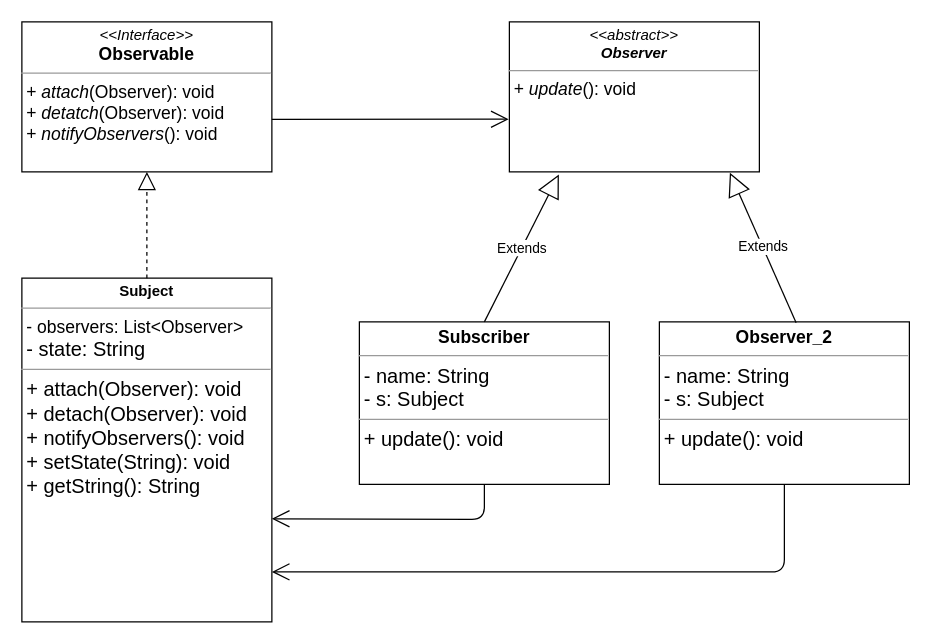
The draw.io diagram page "observer_interface" (1 of 2) of com/cc/java/observer/_observer.drawio in 05-FUEM-I-ComCaveMS/02_Design_Patterns, before the edit. Source tidied: cells renumbered, new cells numbered last; positions are measured from the earlier drawing's top-left corner, leaving out a move shared by most shapes. Both pictures are drawn from the tidied source at 125%, with x=0, y=0 at pixel (21, 21).
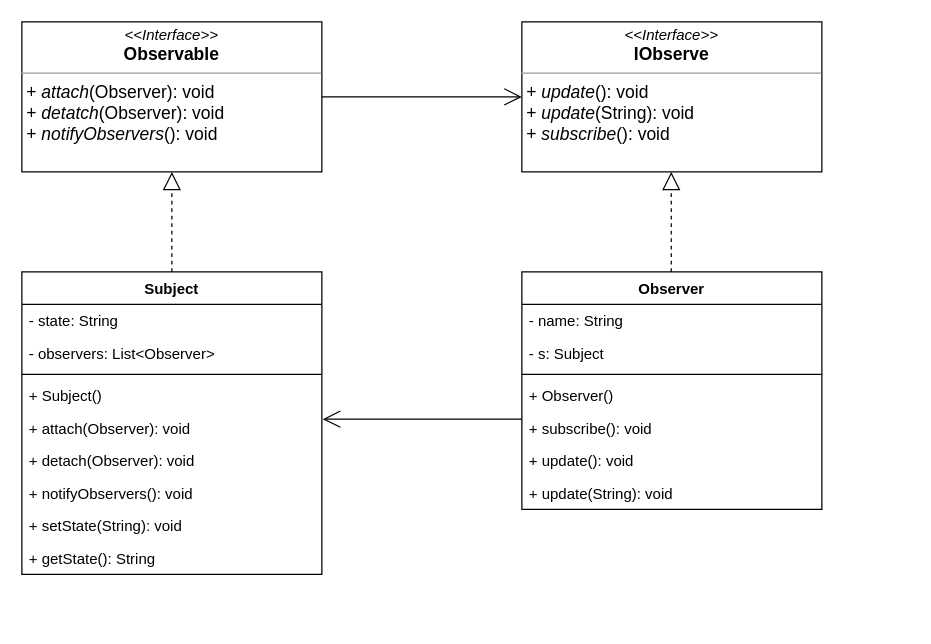
Above is the later version.

The edit, as a diff of the source:
```diff
@@
-    <mxCell id="2" value="&lt;p style=&quot;margin: 0px ; margin-top: 4px ; text-align: center&quot;&gt;&lt;span style=&quot;font-size: 14px;&quot;&gt;&lt;b&gt;Subscriber&lt;/b&gt;&lt;/span&gt;&lt;br&gt;&lt;/p&gt;&lt;hr size=&quot;1&quot;&gt;&lt;p style=&quot;margin: 0px ; margin-left: 4px&quot;&gt;&lt;font size=&quot;3&quot;&gt;- name: String&lt;/font&gt;&lt;/p&gt;&lt;p style=&quot;margin: 0px ; margin-left: 4px&quot;&gt;&lt;font size=&quot;3&quot;&gt;- s: Subject&lt;/font&gt;&lt;/p&gt;&lt;hr size=&quot;1&quot;&gt;&lt;p style=&quot;margin: 0px ; margin-left: 4px&quot;&gt;&lt;font size=&quot;3&quot;&gt;+&amp;nbsp;&lt;/font&gt;&lt;span style=&quot;font-size: medium&quot;&gt;update&lt;/span&gt;&lt;font size=&quot;3&quot;&gt;(): void&lt;/font&gt;&lt;/p&gt;&lt;p style=&quot;margin: 0px ; margin-left: 4px&quot;&gt;&lt;br&gt;&lt;/p&gt;&lt;p style=&quot;margin: 0px ; margin-left: 4px&quot;&gt;&lt;font size=&quot;3&quot;&gt;&lt;br&gt;&lt;/font&gt;&lt;/p&gt;&lt;p style=&quot;margin: 0px ; margin-left: 4px&quot;&gt;&lt;font size=&quot;3&quot;&gt;&lt;br&gt;&lt;/font&gt;&lt;/p&gt;&lt;p style=&quot;margin: 0px ; margin-left: 4px&quot;&gt;&lt;br&gt;&lt;/p&gt;&lt;p style=&quot;margin: 0px ; margin-left: 4px&quot;&gt;&lt;br&gt;&lt;/p&gt;&lt;p style=&quot;margin: 0px ; margin-left: 4px&quot;&gt;&lt;br&gt;&lt;/p&gt;" style="verticalAlign=top;align=left;overflow=fill;fontSize=12;fontFamily=Helvetica;html=1;" parent="1" vertex="1">
-      <mxGeometry x="270" y="240" width="200" height="130" as="geometry" />
-    </mxCell>
-    <mxCell id="3" style="edgeStyle=orthogonalEdgeStyle;rounded=0;orthogonalLoop=1;jettySize=auto;html=1;exitX=0.5;exitY=1;exitDx=0;exitDy=0;" parent="1" edge="1" source="2" target="2">
-      <mxGeometry relative="1" as="geometry" />
+    <mxCell id="3" style="edgeStyle=orthogonalEdgeStyle;rounded=0;orthogonalLoop=1;jettySize=auto;html=1;exitX=0.5;exitY=1;exitDx=0;exitDy=0;" parent="1" edge="1">
+      <mxGeometry relative="1" as="geometry">
+        <mxPoint x="580" y="295" as="sourcePoint" />
+        <mxPoint x="580" y="295" as="targetPoint" />
+      </mxGeometry>
     </mxCell>
-    <mxCell id="4" value="&lt;p style=&quot;margin: 0px ; margin-top: 4px ; text-align: center&quot;&gt;&lt;b&gt;&lt;font style=&quot;font-size: 12px&quot;&gt;Subject&lt;/font&gt;&lt;/b&gt;&lt;/p&gt;&lt;hr size=&quot;1&quot;&gt;&lt;p style=&quot;margin: 0px ; margin-left: 4px&quot;&gt;&lt;font style=&quot;font-size: 14px&quot;&gt;- observers: List&amp;lt;Observer&amp;gt;&lt;/font&gt;&lt;/p&gt;&lt;p style=&quot;margin: 0px ; margin-left: 4px&quot;&gt;&lt;font size=&quot;3&quot;&gt;- state: String&lt;/font&gt;&lt;/p&gt;&lt;hr size=&quot;1&quot;&gt;&lt;p style=&quot;margin: 0px ; margin-left: 4px&quot;&gt;&lt;font size=&quot;3&quot;&gt;+&amp;nbsp;attach(Observer): void&lt;/font&gt;&lt;/p&gt;&lt;p style=&quot;margin: 0px ; margin-left: 4px&quot;&gt;&lt;font size=&quot;3&quot;&gt;+ detach&lt;/font&gt;&lt;font size=&quot;3&quot;&gt;(Observer): void&lt;br&gt;+ notifyObservers(): void&lt;/font&gt;&lt;/p&gt;&lt;p style=&quot;margin: 0px ; margin-left: 4px&quot;&gt;&lt;font size=&quot;3&quot;&gt;+ setState(String): void&lt;/font&gt;&lt;/p&gt;&lt;p style=&quot;margin: 0px ; margin-left: 4px&quot;&gt;&lt;font size=&quot;3&quot;&gt;+ getString(): String&lt;/font&gt;&lt;/p&gt;&lt;br&gt;&lt;p style=&quot;margin: 0px ; margin-left: 4px&quot;&gt;&lt;font size=&quot;3&quot;&gt;&lt;br&gt;&lt;/font&gt;&lt;/p&gt;&lt;p style=&quot;margin: 0px ; margin-left: 4px&quot;&gt;&lt;font size=&quot;3&quot;&gt;&lt;br&gt;&lt;/font&gt;&lt;/p&gt;&lt;p style=&quot;margin: 0px ; margin-left: 4px&quot;&gt;&lt;br&gt;&lt;/p&gt;&lt;p style=&quot;margin: 0px ; margin-left: 4px&quot;&gt;&lt;br&gt;&lt;/p&gt;&lt;p style=&quot;margin: 0px ; margin-left: 4px&quot;&gt;&lt;br&gt;&lt;/p&gt;" style="verticalAlign=top;align=left;overflow=fill;fontSize=12;fontFamily=Helvetica;html=1;" parent="1" vertex="1">
-      <mxGeometry y="205" width="200" height="275" as="geometry" />
-    </mxCell>
     <mxCell id="5" style="edgeStyle=orthogonalEdgeStyle;rounded=0;orthogonalLoop=1;jettySize=auto;html=1;exitX=0.5;exitY=1;exitDx=0;exitDy=0;" parent="1" edge="1">
       <mxGeometry relative="1" as="geometry">
-        <mxPoint x="290" y="240" as="sourcePoint" />
-        <mxPoint x="290" y="240" as="targetPoint" />
+        <mxPoint x="300" y="200" as="sourcePoint" />
+        <mxPoint x="300" y="200" as="targetPoint" />
       </mxGeometry>
     </mxCell>
+    <mxCell id="15" style="edgeStyle=none;html=1;exitX=1;exitY=0.5;exitDx=0;exitDy=0;" parent="1" edge="1" source="6">
+      <mxGeometry relative="1" as="geometry">
+        <mxPoint x="240" y="60" as="targetPoint" />
+      </mxGeometry>
+    </mxCell>
     <mxCell id="6" value="&lt;p style=&quot;margin: 0px ; margin-top: 4px ; text-align: center&quot;&gt;&lt;i&gt;&amp;lt;&amp;lt;Interface&amp;gt;&amp;gt;&lt;/i&gt;&lt;br&gt;&lt;b&gt;&lt;font style=&quot;font-size: 14px&quot;&gt;Observable&lt;/font&gt;&lt;/b&gt;&lt;/p&gt;&lt;hr size=&quot;1&quot;&gt;&lt;p style=&quot;margin: 0px ; margin-left: 4px&quot;&gt;&lt;font style=&quot;font-size: 14px&quot;&gt;+ &lt;i&gt;attach&lt;/i&gt;(Observer): void&lt;br&gt;+ &lt;i&gt;detatch&lt;/i&gt;(Observer): void&lt;br&gt;&lt;/font&gt;&lt;/p&gt;&lt;p style=&quot;margin: 0px ; margin-left: 4px&quot;&gt;&lt;font style=&quot;font-size: 14px&quot;&gt;+ &lt;i&gt;notifyObservers&lt;/i&gt;(): void&lt;/font&gt;&lt;br&gt;&lt;/p&gt;" style="verticalAlign=top;align=left;overflow=fill;fontSize=12;fontFamily=Helvetica;html=1;" parent="1" vertex="1">
-      <mxGeometry width="200" height="120" as="geometry" />
+      <mxGeometry width="240" height="120" as="geometry" />
     </mxCell>
-    <mxCell id="7" value="&lt;p style=&quot;margin: 0px ; margin-top: 4px ; text-align: center&quot;&gt;&lt;i&gt;&amp;lt;&amp;lt;abstract&amp;gt;&amp;gt;&lt;/i&gt;&lt;br&gt;&lt;b&gt;&lt;i&gt;Observer&lt;/i&gt;&lt;/b&gt;&lt;/p&gt;&lt;hr size=&quot;1&quot;&gt;&lt;p style=&quot;margin: 0px ; margin-left: 4px&quot;&gt;&lt;span style=&quot;font-size: 14px&quot;&gt;+ &lt;/span&gt;&lt;i style=&quot;font-size: 14px&quot;&gt;update&lt;/i&gt;&lt;span style=&quot;font-size: 14px&quot;&gt;(): void&lt;/span&gt;&lt;br&gt;&lt;/p&gt;" style="verticalAlign=top;align=left;overflow=fill;fontSize=12;fontFamily=Helvetica;html=1;" parent="1" vertex="1">
-      <mxGeometry x="390" width="200" height="120" as="geometry" />
-    </mxCell>
-    <mxCell id="8" style="endArrow=block;dashed=1;endFill=0;endSize=12;html=1;exitX=0.5;exitY=0;exitDx=0;exitDy=0;entryX=0.5;entryY=1;entryDx=0;entryDy=0;" parent="1" edge="1" source="4" target="6">
+    <mxCell id="8" style="endArrow=block;dashed=1;endFill=0;endSize=12;html=1;exitX=0.5;exitY=0;exitDx=0;exitDy=0;entryX=0.5;entryY=1;entryDx=0;entryDy=0;" parent="1" edge="1" source="16" target="6">
       <mxGeometry relative="1" as="geometry" />
     </mxCell>
-    <mxCell id="9" value="&lt;p style=&quot;margin: 0px ; margin-top: 4px ; text-align: center&quot;&gt;&lt;b&gt;&lt;font style=&quot;font-size: 14px&quot;&gt;Observer_2&lt;/font&gt;&lt;/b&gt;&lt;/p&gt;&lt;hr size=&quot;1&quot;&gt;&lt;p style=&quot;margin: 0px ; margin-left: 4px&quot;&gt;&lt;font size=&quot;3&quot;&gt;- name: String&lt;/font&gt;&lt;/p&gt;&lt;p style=&quot;margin: 0px ; margin-left: 4px&quot;&gt;&lt;font size=&quot;3&quot;&gt;- s: Subject&lt;/font&gt;&lt;/p&gt;&lt;hr size=&quot;1&quot;&gt;&lt;p style=&quot;margin: 0px ; margin-left: 4px&quot;&gt;&lt;font size=&quot;3&quot;&gt;+&amp;nbsp;&lt;/font&gt;&lt;span style=&quot;font-size: medium&quot;&gt;update&lt;/span&gt;&lt;font size=&quot;3&quot;&gt;(): void&lt;/font&gt;&lt;/p&gt;&lt;p style=&quot;margin: 0px ; margin-left: 4px&quot;&gt;&lt;br&gt;&lt;/p&gt;&lt;p style=&quot;margin: 0px ; margin-left: 4px&quot;&gt;&lt;font size=&quot;3&quot;&gt;&lt;br&gt;&lt;/font&gt;&lt;/p&gt;&lt;p style=&quot;margin: 0px ; margin-left: 4px&quot;&gt;&lt;font size=&quot;3&quot;&gt;&lt;br&gt;&lt;/font&gt;&lt;/p&gt;&lt;p style=&quot;margin: 0px ; margin-left: 4px&quot;&gt;&lt;br&gt;&lt;/p&gt;&lt;p style=&quot;margin: 0px ; margin-left: 4px&quot;&gt;&lt;br&gt;&lt;/p&gt;&lt;p style=&quot;margin: 0px ; margin-left: 4px&quot;&gt;&lt;br&gt;&lt;/p&gt;" style="verticalAlign=top;align=left;overflow=fill;fontSize=12;fontFamily=Helvetica;html=1;" parent="1" vertex="1">
-      <mxGeometry x="510" y="240" width="200" height="130" as="geometry" />
-    </mxCell>
-    <mxCell id="10" value="Extends" style="endArrow=block;endSize=16;endFill=0;html=1;exitX=0.5;exitY=0;exitDx=0;exitDy=0;entryX=0.198;entryY=1.018;entryDx=0;entryDy=0;entryPerimeter=0;" parent="1" edge="1" source="2" target="7">
-      <mxGeometry relative="1" as="geometry" />
-    </mxCell>
-    <mxCell id="11" value="Extends" style="endArrow=block;endSize=16;endFill=0;html=1;exitX=0.547;exitY=0.005;exitDx=0;exitDy=0;exitPerimeter=0;entryX=0.882;entryY=1.006;entryDx=0;entryDy=0;entryPerimeter=0;" parent="1" edge="1" source="9" target="7">
-      <mxGeometry relative="1" as="geometry" />
-    </mxCell>
-    <mxCell id="12" style="endArrow=open;endFill=1;endSize=12;html=1;" parent="1" edge="1">
-      <mxGeometry relative="1" as="geometry">
-        <mxPoint x="610" y="370" as="sourcePoint" />
-        <mxPoint x="200" y="440" as="targetPoint" />
-        <Array as="points">
-          <mxPoint x="610" y="440" />
-        </Array>
-      </mxGeometry>
+    <mxCell id="12" style="endArrow=open;endFill=1;endSize=12;html=1;exitX=0;exitY=0.225;exitDx=0;exitDy=0;exitPerimeter=0;entryX=1.003;entryY=0.225;entryDx=0;entryDy=0;entryPerimeter=0;" parent="1" edge="1" source="31" target="21">
+      <mxGeometry relative="1" as="geometry" />
     </mxCell>
-    <mxCell id="13" style="endArrow=open;endFill=1;endSize=12;html=1;exitX=0.5;exitY=1;exitDx=0;exitDy=0;entryX=1;entryY=0.7;entryDx=0;entryDy=0;entryPerimeter=0;" parent="1" edge="1" source="2" target="4">
-      <mxGeometry relative="1" as="geometry">
-        <Array as="points">
-          <mxPoint x="370" y="398" />
-        </Array>
-      </mxGeometry>
-    </mxCell>
-    <mxCell id="14" style="endArrow=open;endFill=1;endSize=12;html=1;entryX=-0.003;entryY=0.649;entryDx=0;entryDy=0;entryPerimeter=0;" parent="1" edge="1" target="7">
+    <mxCell id="14" style="endArrow=open;endFill=1;endSize=12;html=1;entryX=0;entryY=0.5;entryDx=0;entryDy=0;exitX=1;exitY=0.5;exitDx=0;exitDy=0;" parent="1" edge="1" source="6">
       <mxGeometry relative="1" as="geometry">
-        <mxPoint x="200" y="78" as="sourcePoint" />
+        <mxPoint x="400" y="60" as="targetPoint" />
       </mxGeometry>
     </mxCell>
+    <mxCell id="16" value="Subject" style="swimlane;fontStyle=1;align=center;verticalAlign=top;horizontal=1;startSize=26;" parent="1" vertex="1">
+      <mxGeometry y="200" width="240" height="242" as="geometry" />
+    </mxCell>
+    <mxCell id="17" value="- state: String" style="text;strokeColor=none;fillColor=none;align=left;verticalAlign=top;spacingLeft=4;spacingRight=4;overflow=hidden;" parent="16" vertex="1">
+      <mxGeometry y="26" width="240" height="26" as="geometry" />
+    </mxCell>
+    <mxCell id="18" value="- observers: List&lt;Observer&gt;" style="text;strokeColor=none;fillColor=none;align=left;verticalAlign=top;spacingLeft=4;spacingRight=4;overflow=hidden;" parent="16" vertex="1">
+      <mxGeometry y="52" width="240" height="26" as="geometry" />
+    </mxCell>
+    <mxCell id="19" style="line;strokeWidth=1;fillColor=none;align=left;verticalAlign=middle;spacingTop=-1;spacingLeft=3;spacingRight=3;labelPosition=right;strokeColor=inherit;" parent="16" vertex="1">
+      <mxGeometry y="78" width="240" height="8" as="geometry" />
+    </mxCell>
+    <mxCell id="20" value="+ Subject()" style="text;strokeColor=none;fillColor=none;align=left;verticalAlign=top;spacingLeft=4;spacingRight=4;overflow=hidden;" parent="16" vertex="1">
+      <mxGeometry y="86" width="240" height="26" as="geometry" />
+    </mxCell>
+    <mxCell id="21" value="+ attach(Observer): void" style="text;strokeColor=none;fillColor=none;align=left;verticalAlign=top;spacingLeft=4;spacingRight=4;overflow=hidden;points=[[0,0.5],[1,0.5]];portConstraint=eastwest;" parent="16" vertex="1">
+      <mxGeometry y="112" width="240" height="26" as="geometry" />
+    </mxCell>
+    <mxCell id="22" value="+ detach(Observer): void" style="text;strokeColor=none;fillColor=none;align=left;verticalAlign=top;spacingLeft=4;spacingRight=4;overflow=hidden;" parent="16" vertex="1">
+      <mxGeometry y="138" width="240" height="26" as="geometry" />
+    </mxCell>
+    <mxCell id="23" value="+ notifyObservers(): void" style="text;strokeColor=none;fillColor=none;align=left;verticalAlign=top;spacingLeft=4;spacingRight=4;overflow=hidden;" parent="16" vertex="1">
+      <mxGeometry y="164" width="240" height="26" as="geometry" />
+    </mxCell>
+    <mxCell id="24" value="+ setState(String): void" style="text;strokeColor=none;fillColor=none;align=left;verticalAlign=top;spacingLeft=4;spacingRight=4;overflow=hidden;" parent="16" vertex="1">
+      <mxGeometry y="190" width="240" height="26" as="geometry" />
+    </mxCell>
+    <mxCell id="25" value="+ getState(): String" style="text;strokeColor=none;fillColor=none;align=left;verticalAlign=top;spacingLeft=4;spacingRight=4;overflow=hidden;" parent="16" vertex="1">
+      <mxGeometry y="216" width="240" height="26" as="geometry" />
+    </mxCell>
+    <mxCell id="26" value="Observer" style="swimlane;fontStyle=1;align=center;verticalAlign=top;horizontal=1;startSize=26;" parent="1" vertex="1">
+      <mxGeometry x="400" y="200" width="240" height="190" as="geometry" />
+    </mxCell>
+    <mxCell id="27" value="- name: String" style="text;strokeColor=none;fillColor=none;align=left;verticalAlign=top;spacingLeft=4;spacingRight=4;overflow=hidden;" parent="26" vertex="1">
+      <mxGeometry y="26" width="240" height="26" as="geometry" />
+    </mxCell>
+    <mxCell id="28" value="- s: Subject" style="text;strokeColor=none;fillColor=none;align=left;verticalAlign=top;spacingLeft=4;spacingRight=4;overflow=hidden;" parent="26" vertex="1">
+      <mxGeometry y="52" width="240" height="26" as="geometry" />
+    </mxCell>
+    <mxCell id="29" style="line;strokeWidth=1;fillColor=none;align=left;verticalAlign=middle;spacingTop=-1;spacingLeft=3;spacingRight=3;labelPosition=right;strokeColor=inherit;" parent="26" vertex="1">
+      <mxGeometry y="78" width="240" height="8" as="geometry" />
+    </mxCell>
+    <mxCell id="30" value="+ Observer()" style="text;strokeColor=none;fillColor=none;align=left;verticalAlign=top;spacingLeft=4;spacingRight=4;overflow=hidden;" parent="26" vertex="1">
+      <mxGeometry y="86" width="240" height="26" as="geometry" />
+    </mxCell>
+    <mxCell id="31" value="+ subscribe(): void" style="text;strokeColor=none;fillColor=none;align=left;verticalAlign=top;spacingLeft=4;spacingRight=4;overflow=hidden;points=[[0,0.5],[1,0.5]];portConstraint=eastwest;" parent="26" vertex="1">
+      <mxGeometry y="112" width="240" height="26" as="geometry" />
+    </mxCell>
+    <mxCell id="32" value="+ update(): void" style="text;strokeColor=none;fillColor=none;align=left;verticalAlign=top;spacingLeft=4;spacingRight=4;overflow=hidden;" parent="26" vertex="1">
+      <mxGeometry y="138" width="240" height="26" as="geometry" />
+    </mxCell>
+    <mxCell id="33" value="+ update(String): void" style="text;strokeColor=none;fillColor=none;align=left;verticalAlign=top;spacingLeft=4;spacingRight=4;overflow=hidden;" parent="26" vertex="1">
+      <mxGeometry y="164" width="240" height="26" as="geometry" />
+    </mxCell>
+    <mxCell id="34" value="&lt;p style=&quot;margin: 0px ; margin-top: 4px ; text-align: center&quot;&gt;&lt;i&gt;&amp;lt;&amp;lt;Interface&amp;gt;&amp;gt;&lt;/i&gt;&lt;br&gt;&lt;b&gt;&lt;font style=&quot;font-size: 14px&quot;&gt;IObserve&lt;/font&gt;&lt;/b&gt;&lt;/p&gt;&lt;hr size=&quot;1&quot;&gt;&lt;p style=&quot;margin: 0px ; margin-left: 4px&quot;&gt;&lt;font style=&quot;font-size: 14px&quot;&gt;+ &lt;i&gt;update&lt;/i&gt;(): void&lt;br&gt;+&amp;nbsp;&lt;i&gt;update&lt;/i&gt;(String): void&lt;br&gt;&lt;/font&gt;&lt;/p&gt;&lt;p style=&quot;margin: 0px ; margin-left: 4px&quot;&gt;&lt;font style=&quot;font-size: 14px&quot;&gt;+ &lt;i&gt;subscribe&lt;/i&gt;(): void&lt;/font&gt;&lt;br&gt;&lt;/p&gt;" style="verticalAlign=top;align=left;overflow=fill;fontSize=12;fontFamily=Helvetica;html=1;" parent="1" vertex="1">
+      <mxGeometry x="400" width="240" height="120" as="geometry" />
+    </mxCell>
+    <mxCell id="35" style="endArrow=block;dashed=1;endFill=0;endSize=12;html=1;exitX=0.5;exitY=0;exitDx=0;exitDy=0;entryX=0.5;entryY=1;entryDx=0;entryDy=0;" parent="1" edge="1">
+      <mxGeometry relative="1" as="geometry">
+        <mxPoint x="519.5" y="200" as="sourcePoint" />
+        <mxPoint x="519.5" y="120" as="targetPoint" />
+      </mxGeometry>
+    </mxCell>
```
